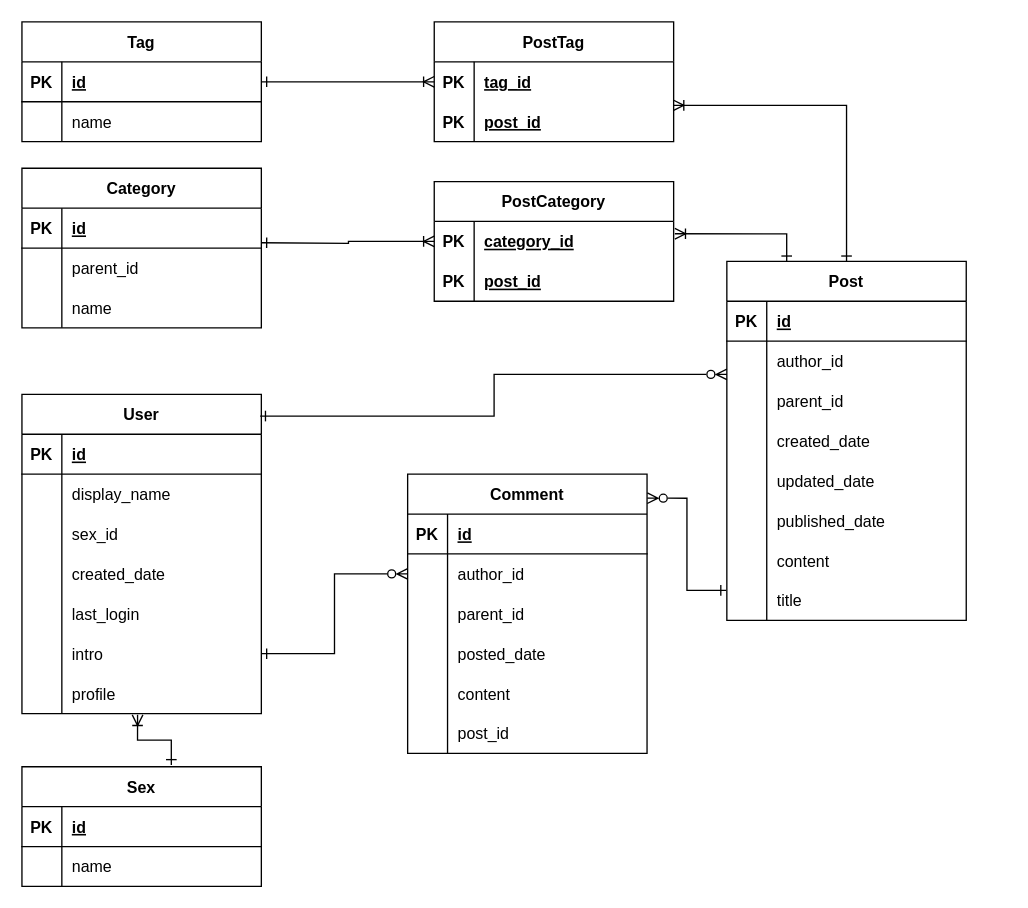
Above: Diagram/ERD.drawio in HT-Dat/BlogSite_Server (draw.io), before the change. Source tidied: cells renumbered, new cells numbered last; positions are measured from the earlier drawing's top-left corner, leaving out a move shared by most shapes. Both pictures are drawn from the tidied source at 133%, with x=0, y=0 at pixel (21, 21).
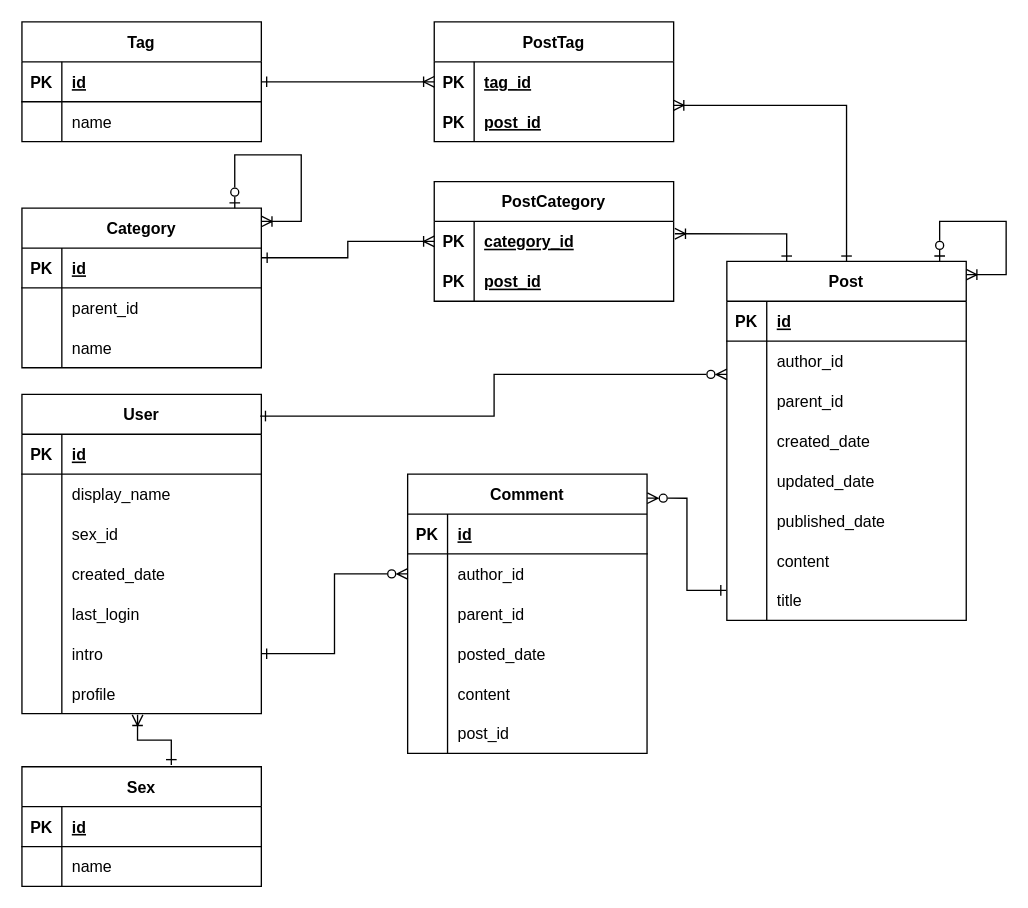
The same page after the edit.

Commit message:
Update nested arrow relationship of Category, Post table

The change refers to these unchanged cells:
```xml
<mxCell id="24" value="Post" style="shape=table;startSize=30;childLayout=tableLayout;rowLines=0;fontStyle=1;align=center;" parent="1" vertex="1">
  <mxGeometry x="530" y="180" width="180" height="270" as="geometry" />
</mxCell>
<mxCell id="69" style="shape=tableRow;horizontal=0;startSize=0;swimlaneHead=0;swimlaneBody=0;fillColor=none;points=[[0,0.5],[1,0.5]];portConstraint=eastwest;top=0;left=0;right=0;bottom=1;" parent="68" vertex="1">
  <mxGeometry y="30" width="180" height="30" as="geometry" />
</mxCell>
<mxCell id="96" style="shape=tableRow;horizontal=0;startSize=0;swimlaneHead=0;swimlaneBody=0;fillColor=none;points=[[0,0.5],[1,0.5]];portConstraint=eastwest;top=0;left=0;right=0;bottom=0;" parent="95" vertex="1">
  <mxGeometry y="30" width="180" height="30" as="geometry" />
</mxCell>
```

Diff of the diagram source:
```diff
@@
     <mxCell id="68" value="Category" style="shape=table;startSize=30;childLayout=tableLayout;rowLines=0;fontStyle=1;align=center;" parent="1" vertex="1">
-      <mxGeometry y="110" width="180" height="120" as="geometry" />
+      <mxGeometry y="140" width="180" height="120" as="geometry" />
     </mxCell>
@@
-    <mxCell id="103" style="endArrow=ERone;html=1;rounded=0;edgeStyle=orthogonalEdgeStyle;startArrow=ERoneToMany;startFill=0;endFill=0;" parent="1" edge="1" source="96">
-      <mxGeometry relative="1" as="geometry">
-        <mxPoint x="180" y="166" as="targetPoint" />
-      </mxGeometry>
+    <mxCell id="103" style="endArrow=ERone;html=1;rounded=0;edgeStyle=orthogonalEdgeStyle;startArrow=ERoneToMany;startFill=0;endFill=0;entryX=1.002;entryY=0.243;entryDx=0;entryDy=0;entryPerimeter=0;" parent="1" edge="1" source="96" target="69">
+      <mxGeometry relative="1" as="geometry" />
     </mxCell>
@@
+    <mxCell id="114" style="endArrow=ERzeroToOne;html=1;rounded=0;edgeStyle=orthogonalEdgeStyle;startArrow=ERoneToMany;startFill=0;endFill=0;entryX=0.889;entryY=0;entryDx=0;entryDy=0;entryPerimeter=0;" parent="1" edge="1" target="68">
+      <mxGeometry relative="1" as="geometry">
+        <mxPoint x="180" y="150" as="sourcePoint" />
+        <Array as="points">
+          <mxPoint x="210" y="150" />
+          <mxPoint x="210" y="100" />
+          <mxPoint x="160" y="100" />
+        </Array>
+      </mxGeometry>
+    </mxCell>
+    <mxCell id="115" style="endArrow=ERzeroToOne;html=1;rounded=0;edgeStyle=orthogonalEdgeStyle;startArrow=ERoneToMany;startFill=0;endFill=0;entryX=0.889;entryY=0;entryDx=0;entryDy=0;entryPerimeter=0;exitX=1;exitY=0.037;exitDx=0;exitDy=0;exitPerimeter=0;" parent="1" edge="1" source="24" target="24">
+      <mxGeometry relative="1" as="geometry">
+        <Array as="points">
+          <mxPoint x="740" y="190" />
+          <mxPoint x="740" y="150" />
+          <mxPoint x="690" y="150" />
+        </Array>
+      </mxGeometry>
+    </mxCell>
```
